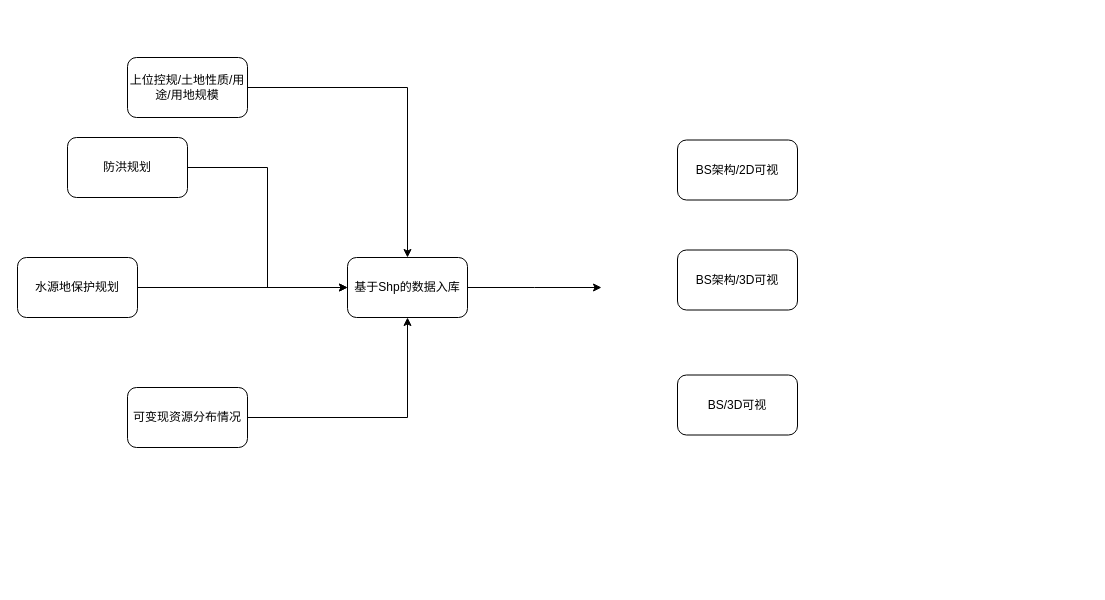
gaochaowyq/MinderGraph keeps this draw.io diagram as 房山大石窝镇.drawio. Above is the earlier version. Source tidied: cells renumbered, new cells numbered last; positions are measured from the earlier drawing's top-left corner, leaving out a move shared by most shapes. Both pictures are drawn from the tidied source at 100%, with x=0, y=0 at pixel (17, 57).
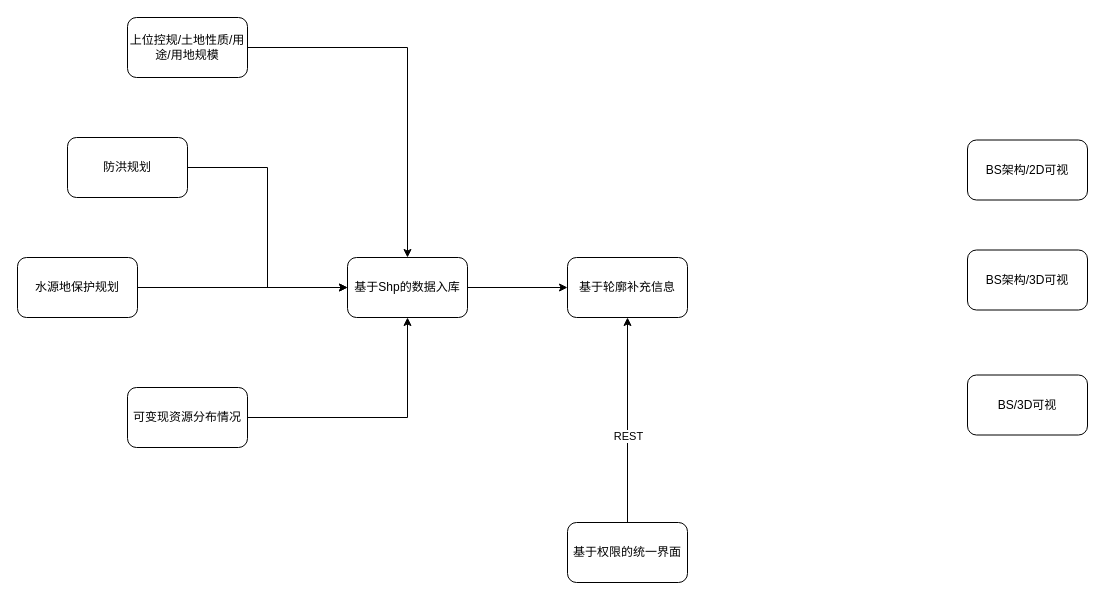
The same page after the edit.

Commit message:
更新房山大石窝镇.drawio

The edit, as a diff of the source:
```diff
@@
 <mxGraphModel>
   <root>
     <mxCell id="0" />
     <mxCell id="1" parent="0" />
-    <mxCell id="2" style="edgeStyle=orthogonalEdgeStyle;rounded=0;jettySize=auto;html=1;" parent="1" edge="1" source="3">
-      <mxGeometry relative="1" as="geometry">
-        <mxPoint x="584" y="230" as="targetPoint" />
-      </mxGeometry>
+    <mxCell id="2" style="edgeStyle=orthogonalEdgeStyle;rounded=0;jettySize=auto;html=1;entryX=0;entryY=0.5;entryDx=0;entryDy=0;" parent="1" edge="1" source="3" target="15">
+      <mxGeometry relative="1" as="geometry" />
     </mxCell>
     <mxCell id="3" value="基于Shp的数据入库" style="rounded=1;whiteSpace=wrap;html=1;" parent="1" vertex="1">
       <mxGeometry x="330" y="200" width="120" height="60" as="geometry" />
     </mxCell>
     <mxCell id="4" style="edgeStyle=orthogonalEdgeStyle;rounded=0;jettySize=auto;html=1;" parent="1" edge="1" source="5" target="3">
       <mxGeometry relative="1" as="geometry" />
     </mxCell>
     <mxCell id="5" value="上位控规/土地性质/用途/用地规模" style="rounded=1;whiteSpace=wrap;html=1;" parent="1" vertex="1">
-      <mxGeometry x="110" width="120" height="60" as="geometry" />
+      <mxGeometry x="110" y="-40" width="120" height="60" as="geometry" />
     </mxCell>
     <mxCell id="6" style="edgeStyle=orthogonalEdgeStyle;rounded=0;jettySize=auto;html=1;entryX=0;entryY=0.5;entryDx=0;entryDy=0;" parent="1" edge="1" source="7" target="3">
       <mxGeometry relative="1" as="geometry" />
     </mxCell>
     <mxCell id="7" value="防洪规划" style="rounded=1;whiteSpace=wrap;html=1;" parent="1" vertex="1">
       <mxGeometry x="50" y="80" width="120" height="60" as="geometry" />
     </mxCell>
     <mxCell id="8" style="edgeStyle=orthogonalEdgeStyle;rounded=0;jettySize=auto;html=1;" parent="1" edge="1" source="9" target="3">
       <mxGeometry relative="1" as="geometry" />
     </mxCell>
     <mxCell id="9" value="水源地保护规划" style="rounded=1;whiteSpace=wrap;html=1;" parent="1" vertex="1">
       <mxGeometry y="200" width="120" height="60" as="geometry" />
     </mxCell>
     <mxCell id="10" style="edgeStyle=orthogonalEdgeStyle;rounded=0;jettySize=auto;html=1;entryX=0.5;entryY=1;entryDx=0;entryDy=0;" parent="1" edge="1" source="11" target="3">
       <mxGeometry relative="1" as="geometry" />
     </mxCell>
     <mxCell id="11" value="可变现资源分布情况" style="rounded=1;whiteSpace=wrap;html=1;" parent="1" vertex="1">
       <mxGeometry x="110" y="330" width="120" height="60" as="geometry" />
     </mxCell>
     <mxCell id="12" value="BS架构/2D可视" style="rounded=1;whiteSpace=wrap;html=1;" parent="1" vertex="1">
-      <mxGeometry x="660" y="82.5" width="120" height="60" as="geometry" />
+      <mxGeometry x="950" y="82.5" width="120" height="60" as="geometry" />
     </mxCell>
     <mxCell id="13" value="BS架构/3D可视" style="rounded=1;whiteSpace=wrap;html=1;" parent="1" vertex="1">
-      <mxGeometry x="660" y="192.5" width="120" height="60" as="geometry" />
+      <mxGeometry x="950" y="192.5" width="120" height="60" as="geometry" />
     </mxCell>
     <mxCell id="14" value="BS/3D可视" style="rounded=1;whiteSpace=wrap;html=1;" parent="1" vertex="1">
-      <mxGeometry x="660" y="317.5" width="120" height="60" as="geometry" />
+      <mxGeometry x="950" y="317.5" width="120" height="60" as="geometry" />
     </mxCell>
+    <mxCell id="15" value="基于轮廓补充信息" style="rounded=1;whiteSpace=wrap;html=1;" parent="1" vertex="1">
+      <mxGeometry x="550" y="200" width="120" height="60" as="geometry" />
+    </mxCell>
+    <mxCell id="16" style="edgeStyle=orthogonalEdgeStyle;rounded=0;jettySize=auto;html=1;entryX=0.5;entryY=1;entryDx=0;entryDy=0;" parent="1" edge="1" source="18" target="15">
+      <mxGeometry relative="1" as="geometry" />
+    </mxCell>
+    <mxCell id="17" value="REST" style="edgeLabel;html=1;align=center;verticalAlign=middle;" parent="16" vertex="1">
+      <mxGeometry x="0.19" y="-2" relative="1" as="geometry">
+        <mxPoint x="-2" y="35" as="offset" />
+      </mxGeometry>
+    </mxCell>
+    <mxCell id="18" value="基于权限的统一界面" style="rounded=1;whiteSpace=wrap;html=1;" parent="1" vertex="1">
+      <mxGeometry x="550" y="465" width="120" height="60" as="geometry" />
+    </mxCell>
   </root>
 </mxGraphModel>
```
